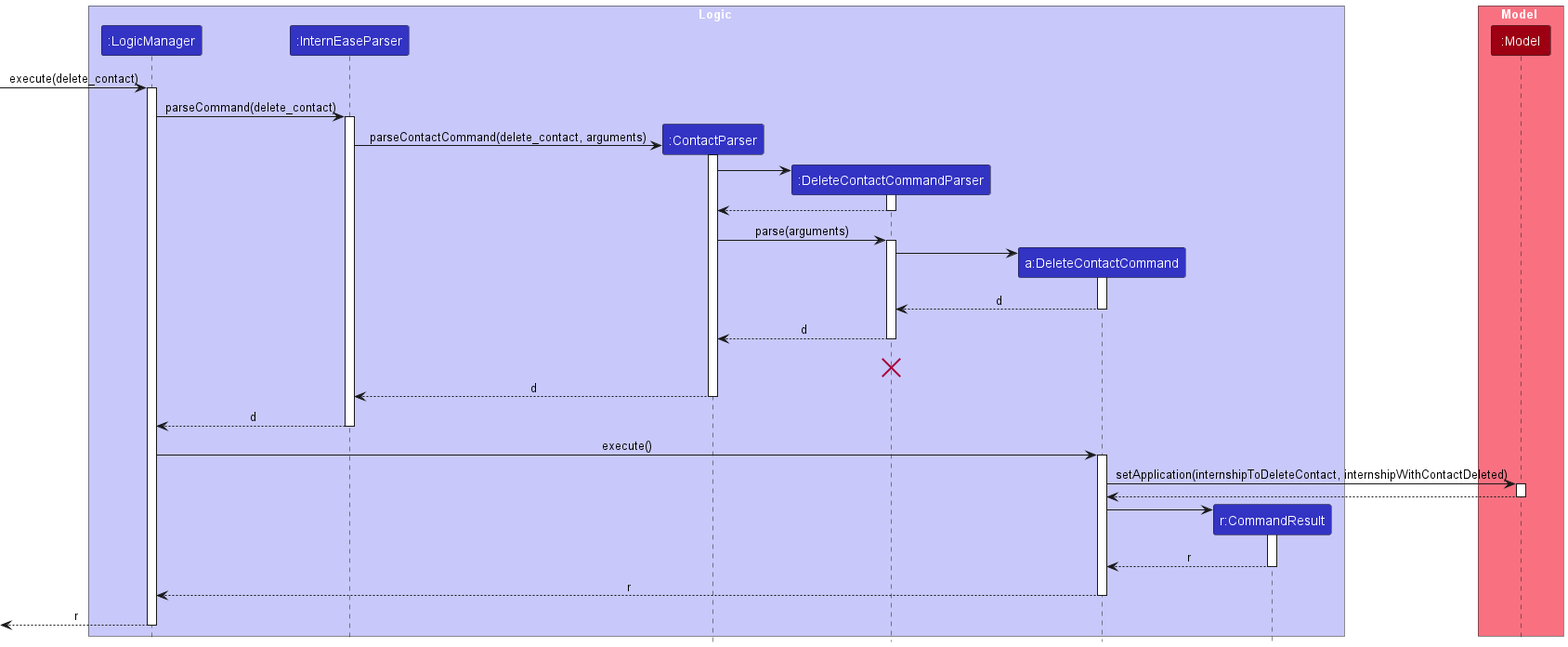
Above: docs/images/DeleteContactSequenceDiagram.png in nus-cs2103-AY2223S2/tp (PlantUML), before the change. Its diagram source:
```plantuml
@startuml
!include style.puml

box Logic LOGIC_COLOR_T1
participant ":LogicManager" as LogicManager LOGIC_COLOR
participant ":InternEaseParser" as InternEaseParser LOGIC_COLOR
participant ":ContactParser" as ContactParser LOGIC_COLOR
participant ":DeleteContactCommandParser" as DeleteContactCommandParser LOGIC_COLOR
participant "a:DeleteContactCommand" as DeleteContactCommand LOGIC_COLOR
participant "r:CommandResult" as CommandResult LOGIC_COLOR
end box

box Model MODEL_COLOR_T1
participant ":Model" as Model MODEL_COLOR
end box
[-> LogicManager : execute(delete_contact)
activate LogicManager

LogicManager -> InternEaseParser : parseCommand(delete_contact)
activate InternEaseParser

create ContactParser
InternEaseParser -> ContactParser : parseContactCommand(delete_contact, arguments)
activate ContactParser

create DeleteContactCommandParser
ContactParser -> DeleteContactCommandParser
activate DeleteContactCommandParser

DeleteContactCommandParser --> ContactParser
deactivate DeleteContactCommandParser

ContactParser -> DeleteContactCommandParser : parse(arguments)
activate DeleteContactCommandParser

create DeleteContactCommand
DeleteContactCommandParser -> DeleteContactCommand
activate DeleteContactCommand

DeleteContactCommand --> DeleteContactCommandParser : d
deactivate DeleteContactCommand

DeleteContactCommandParser --> ContactParser : d
deactivate DeleteContactCommandParser
DeleteContactCommandParser -[hidden]-> InternEaseParser : result
destroy DeleteContactCommandParser

ContactParser --> InternEaseParser : d
deactivate ContactParser

InternEaseParser --> LogicManager : d
deactivate InternEaseParser

LogicManager -> DeleteContactCommand : execute()
activate DeleteContactCommand

DeleteContactCommand -> Model : setApplication(internshipToDeleteContact, internshipWithContactDeleted)
activate Model

Model --> DeleteContactCommand
deactivate Model

create CommandResult
DeleteContactCommand -> CommandResult
activate CommandResult

CommandResult --> DeleteContactCommand : r
deactivate CommandResult

DeleteContactCommand --> LogicManager : r
deactivate DeleteContactCommand

[<--LogicManager : r
deactivate LogicManager
@enduml
```
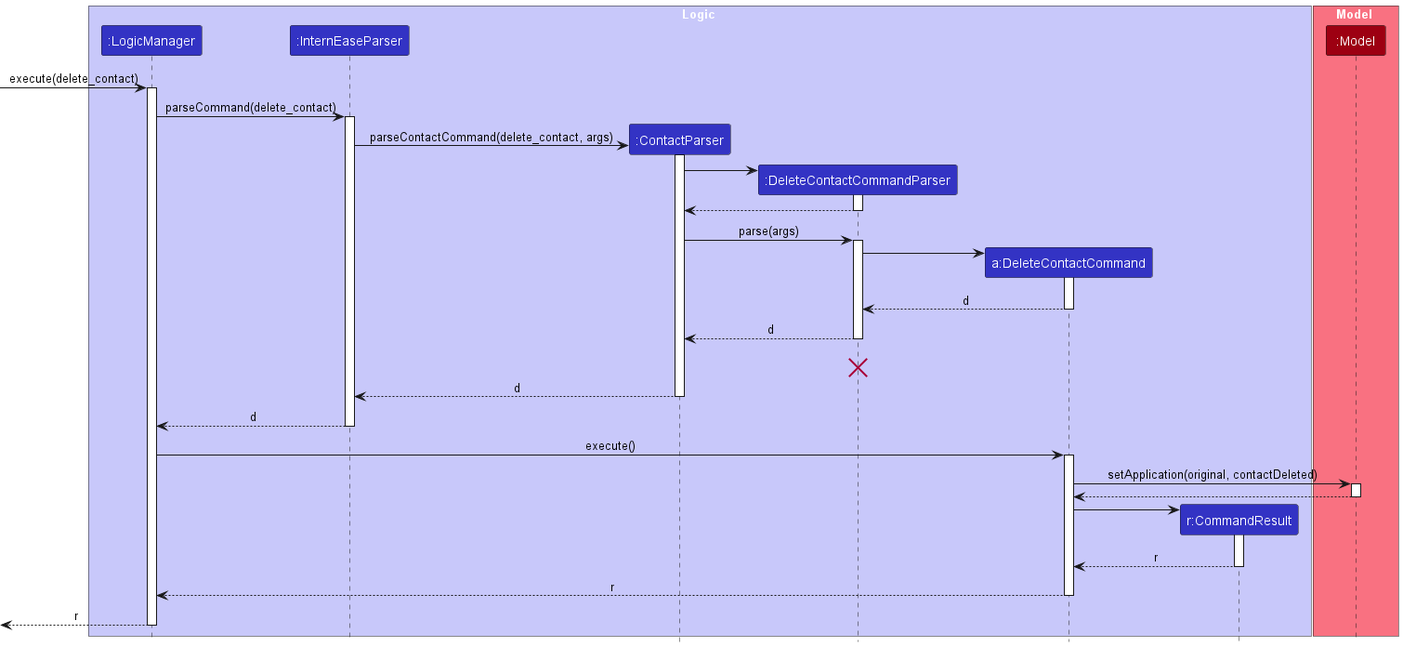
After the change.

What changed in the source:
```diff
@@ -20,7 +20,7 @@
 activate InternEaseParser
 
 create ContactParser
-InternEaseParser -> ContactParser : parseContactCommand(delete_contact, arguments)
+InternEaseParser -> ContactParser : parseContactCommand(delete_contact, args)
 activate ContactParser
 
 create DeleteContactCommandParser
@@ -30,7 +30,7 @@
 DeleteContactCommandParser --> ContactParser
 deactivate DeleteContactCommandParser
 
-ContactParser -> DeleteContactCommandParser : parse(arguments)
+ContactParser -> DeleteContactCommandParser : parse(args)
 activate DeleteContactCommandParser
 
 create DeleteContactCommand
@@ -54,7 +54,7 @@
 LogicManager -> DeleteContactCommand : execute()
 activate DeleteContactCommand
 
-DeleteContactCommand -> Model : setApplication(internshipToDeleteContact, internshipWithContactDeleted)
+DeleteContactCommand -> Model : setApplication(original, contactDeleted)
 activate Model
 
 Model --> DeleteContactCommand
```
